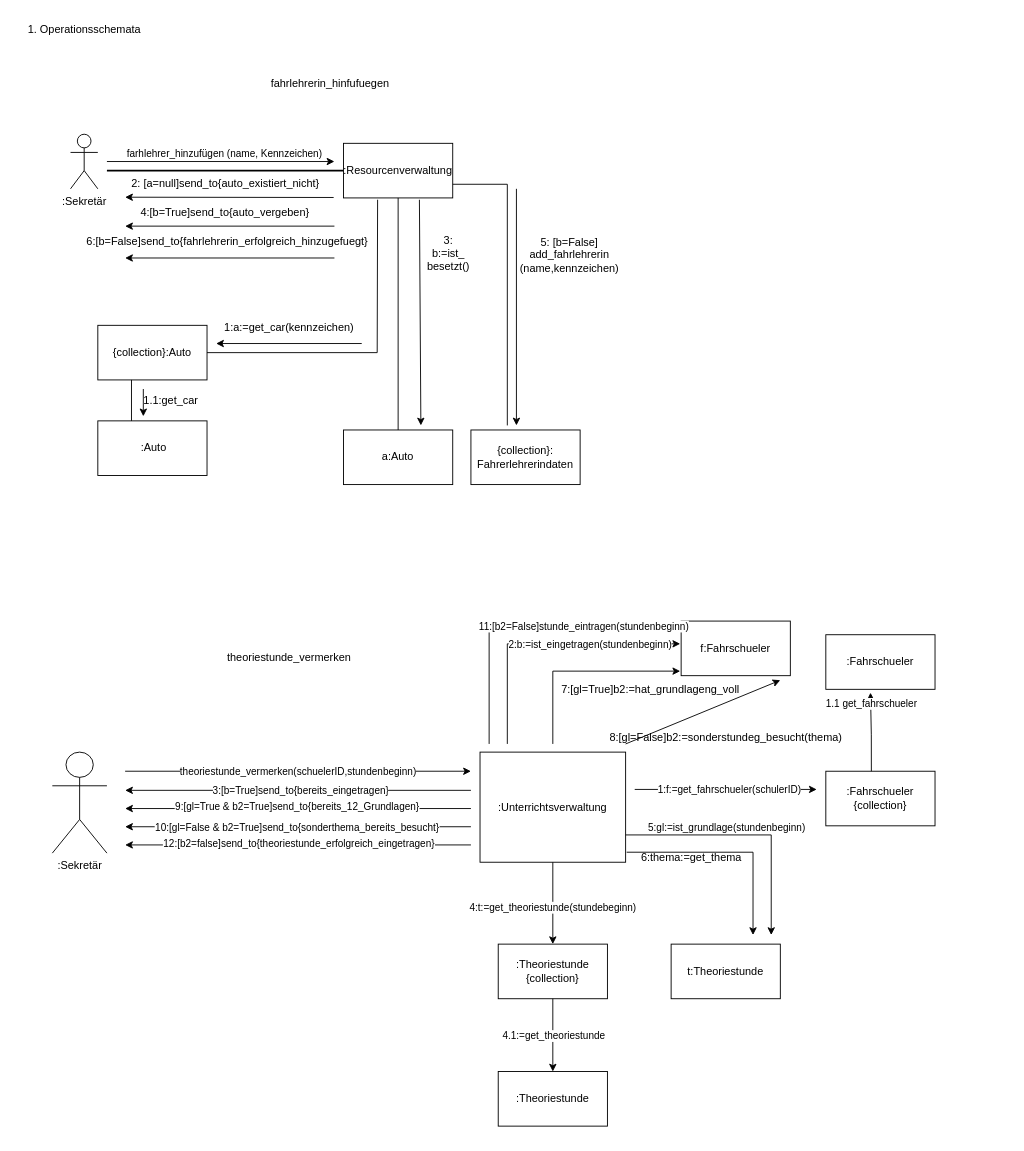
Earlier version of the draw.io diagram Praktkum2.drawio (DseaKu/drawIO). Source tidied: cells renumbered, new cells numbered last; positions are measured from the earlier drawing's top-left corner, leaving out a move shared by most shapes. Both pictures are drawn from the tidied source at 91%, with x=0, y=0 at pixel (15, 15).
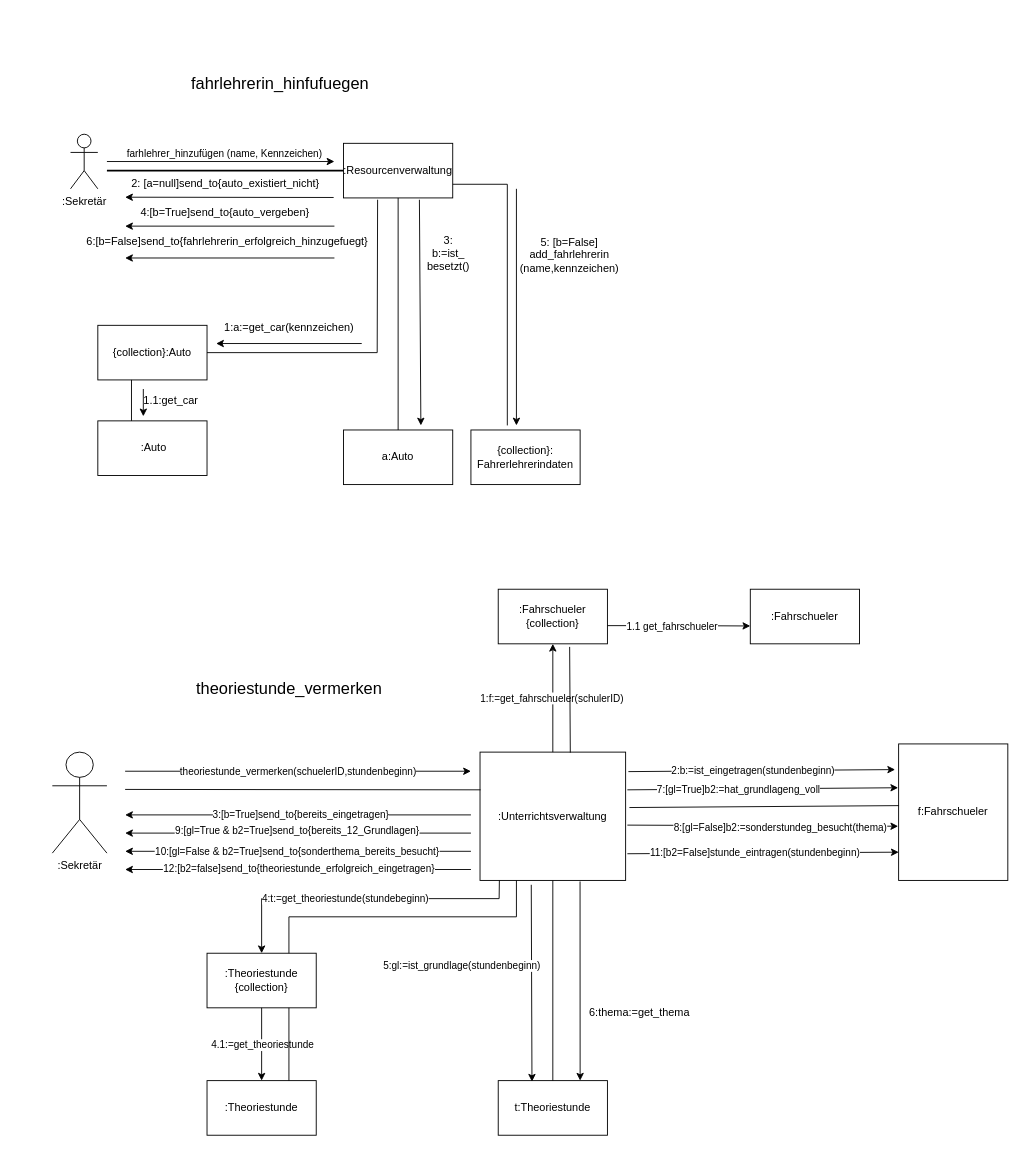
The same diagram, later.

What changed in the source:
```diff
@@
-    <mxCell id="29" value="fahrlehrerin_hinfufuegen&lt;br&gt;" style="text;html=1;align=center;verticalAlign=middle;strokeColor=none;fillColor=none;" parent="1" vertex="1">
-      <mxGeometry x="270" y="60" width="150" height="30" as="geometry" />
+    <mxCell id="29" value="&lt;font style=&quot;font-size: 18px;&quot;&gt;fahrlehrerin_hinfufuegen&lt;/font&gt;" style="text;html=1;align=center;verticalAlign=middle;strokeColor=none;fillColor=none;" parent="1" vertex="1">
+      <mxGeometry x="180" y="55" width="220" height="40" as="geometry" />
     </mxCell>
-    <mxCell id="30" value="1. Operationsschemata" style="text;html=1;align=center;verticalAlign=middle;strokeColor=none;fillColor=none;" parent="1" vertex="1">
-      <mxGeometry width="150" height="30" as="geometry" />
-    </mxCell>
@@
-    <mxCell id="32" value="theoriestunde_vermerken" style="text;html=1;align=center;verticalAlign=middle;strokeColor=none;fillColor=none;" parent="1" vertex="1">
-      <mxGeometry x="220" y="690" width="160" height="30" as="geometry" />
+    <mxCell id="32" value="&lt;font style=&quot;font-size: 18px;&quot;&gt;theoriestunde_vermerken&lt;/font&gt;" style="text;html=1;align=center;verticalAlign=middle;strokeColor=none;fillColor=none;" parent="1" vertex="1">
+      <mxGeometry x="185" y="720" width="230" height="40" as="geometry" />
     </mxCell>
     <mxCell id="33" value=":Unterrichtsverwaltung" style="whiteSpace=wrap;html=1;" parent="1" vertex="1">
-      <mxGeometry x="510" y="809" width="160" height="121" as="geometry" />
+      <mxGeometry x="510" y="809" width="160" height="141" as="geometry" />
     </mxCell>
@@
     <mxCell id="36" style="endArrow=classic;html=1;rounded=0;" parent="1" edge="1">
       <mxGeometry relative="1" as="geometry">
-        <mxPoint x="500" y="851" as="sourcePoint" />
-        <mxPoint x="120" y="851" as="targetPoint" />
+        <mxPoint x="500" y="878" as="sourcePoint" />
+        <mxPoint x="120" y="878" as="targetPoint" />
       </mxGeometry>
     </mxCell>
@@
     <mxCell id="38" style="endArrow=classic;html=1;rounded=0;" parent="1" edge="1">
       <mxGeometry relative="1" as="geometry">
-        <mxPoint x="500" y="871" as="sourcePoint" />
-        <mxPoint x="120" y="871" as="targetPoint" />
+        <mxPoint x="500" y="898" as="sourcePoint" />
+        <mxPoint x="120" y="898" as="targetPoint" />
       </mxGeometry>
     </mxCell>
@@
     <mxCell id="40" style="endArrow=classic;html=1;rounded=0;" parent="1" edge="1">
       <mxGeometry relative="1" as="geometry">
-        <mxPoint x="500" y="891" as="sourcePoint" />
-        <mxPoint x="120" y="891" as="targetPoint" />
+        <mxPoint x="500" y="918" as="sourcePoint" />
+        <mxPoint x="120" y="918" as="targetPoint" />
       </mxGeometry>
     </mxCell>
@@
     <mxCell id="42" style="endArrow=classic;html=1;rounded=0;" parent="1" edge="1">
       <mxGeometry relative="1" as="geometry">
-        <mxPoint x="500" y="911" as="sourcePoint" />
-        <mxPoint x="120" y="911" as="targetPoint" />
+        <mxPoint x="500" y="938" as="sourcePoint" />
+        <mxPoint x="120" y="938" as="targetPoint" />
       </mxGeometry>
     </mxCell>
@@
     <mxCell id="44" value=":Fahrschueler&lt;br&gt;{collection}" style="whiteSpace=wrap;html=1;" parent="1" vertex="1">
-      <mxGeometry x="890" y="830" width="120" height="60" as="geometry" />
+      <mxGeometry x="530" y="630" width="120" height="60" as="geometry" />
     </mxCell>
     <mxCell id="45" value=":Fahrschueler" style="whiteSpace=wrap;html=1;" parent="1" vertex="1">
-      <mxGeometry x="890" y="680" width="120" height="60" as="geometry" />
+      <mxGeometry x="807" y="630" width="120" height="60" as="geometry" />
     </mxCell>
-    <mxCell id="46" style="endArrow=classic;html=1;rounded=0;" parent="1" edge="1">
-      <mxGeometry relative="1" as="geometry">
-        <mxPoint x="680" y="850" as="sourcePoint" />
-        <mxPoint x="880" y="850" as="targetPoint" />
-      </mxGeometry>
-    </mxCell>
-    <mxCell id="47" value="1:f:=get_fahrschueler(schulerID)" style="edgeLabel;html=1;align=center;verticalAlign=middle;" parent="46" vertex="1">
-      <mxGeometry x="0.03" y="1" relative="1" as="geometry" />
-    </mxCell>
     <mxCell id="48" value=":Theoriestunde&lt;br&gt;{collection}" style="whiteSpace=wrap;html=1;" parent="1" vertex="1">
-      <mxGeometry x="530" y="1020" width="120" height="60" as="geometry" />
+      <mxGeometry x="210" y="1030" width="120" height="60" as="geometry" />
     </mxCell>
-    <mxCell id="49" style="endArrow=classic;html=1;rounded=0;exitX=0.417;exitY=0;exitDx=0;exitDy=0;exitPerimeter=0;entryX=0.409;entryY=1.061;entryDx=0;entryDy=0;entryPerimeter=0;" parent="1" edge="1" source="44" target="45">
+    <mxCell id="49" style="endArrow=classic;html=1;rounded=0;entryX=0;entryY=0.673;entryDx=0;entryDy=0;entryPerimeter=0;" parent="1" edge="1" target="45">
       <mxGeometry relative="1" as="geometry">
+        <mxPoint x="650" y="670" as="sourcePoint" />
         <Array as="points">
-          <mxPoint x="940" y="790" />
+          <mxPoint x="730" y="670" />
         </Array>
       </mxGeometry>
     </mxCell>
     <mxCell id="50" value="1.1 get_fahrschueler" style="edgeLabel;html=1;align=center;verticalAlign=middle;" parent="49" vertex="1">
       <mxGeometry x="0.04" relative="1" as="geometry">
-        <mxPoint y="-30" as="offset" />
+        <mxPoint x="-11" as="offset" />
       </mxGeometry>
     </mxCell>
     <mxCell id="51" value="f:Fahrschueler" style="whiteSpace=wrap;html=1;" parent="1" vertex="1">
-      <mxGeometry x="731" y="665" width="120" height="60" as="geometry" />
+      <mxGeometry x="970" y="800" width="120" height="150" as="geometry" />
     </mxCell>
-    <mxCell id="52" style="endArrow=classic;html=1;rounded=0;" parent="1" edge="1">
-      <mxGeometry relative="1" as="geometry">
-        <mxPoint x="540" y="800" as="sourcePoint" />
-        <mxPoint x="730" y="690" as="targetPoint" />
-        <Array as="points">
-          <mxPoint x="540" y="690" />
-        </Array>
-      </mxGeometry>
-    </mxCell>
-    <mxCell id="53" value="2:b:=ist_eingetragen(stundenbeginn)" style="edgeLabel;html=1;align=center;verticalAlign=middle;" parent="52" vertex="1">
-      <mxGeometry x="0.01" y="-3" relative="1" as="geometry">
-        <mxPoint x="48" y="-3" as="offset" />
-      </mxGeometry>
-    </mxCell>
     <mxCell id="54" value=":Theoriestunde" style="whiteSpace=wrap;html=1;" parent="1" vertex="1">
-      <mxGeometry x="530" y="1160" width="120" height="60" as="geometry" />
+      <mxGeometry x="210" y="1170" width="120" height="60" as="geometry" />
     </mxCell>
-    <mxCell id="55" value="4:t:=get_theoriestunde(stundebeginn)" style="edgeStyle=none;jettySize=auto;html=1;rounded=0;exitX=0.5;exitY=1;exitDx=0;exitDy=0;entryX=0.5;entryY=0;entryDx=0;entryDy=0;" parent="1" edge="1" source="33" target="48">
-      <mxGeometry x="0.11" relative="1" as="geometry" />
+    <mxCell id="55" value="4:t:=get_theoriestunde(stundebeginn)" style="edgeStyle=none;jettySize=auto;html=1;rounded=0;exitX=0.133;exitY=0.999;exitDx=0;exitDy=0;entryX=0.5;entryY=0;entryDx=0;entryDy=0;exitPerimeter=0;" parent="1" edge="1" source="33" target="48">
+      <mxGeometry x="0.11" relative="1" as="geometry">
+        <Array as="points">
+          <mxPoint x="531" y="970" />
+          <mxPoint x="270" y="970" />
+        </Array>
+      </mxGeometry>
     </mxCell>
@@
     <mxCell id="58" value="t:Theoriestunde" style="whiteSpace=wrap;html=1;" parent="1" vertex="1">
-      <mxGeometry x="720" y="1020" width="120" height="60" as="geometry" />
+      <mxGeometry x="530" y="1170" width="120" height="60" as="geometry" />
     </mxCell>
-    <mxCell id="59" style="edgeStyle=none;orthogonalLoop=1;jettySize=auto;html=1;rounded=0;" parent="1" edge="1">
-      <mxGeometry relative="1" as="geometry">
-        <mxPoint x="670" y="900" as="sourcePoint" />
-        <mxPoint x="830" y="1010" as="targetPoint" />
-        <Array as="points">
-          <mxPoint x="830" y="900" />
-        </Array>
-      </mxGeometry>
+    <mxCell id="59" style="edgeStyle=none;jettySize=auto;html=1;rounded=0;exitX=0.687;exitY=1.008;exitDx=0;exitDy=0;exitPerimeter=0;entryX=0.75;entryY=0;entryDx=0;entryDy=0;" parent="1" edge="1" source="33" target="58">
+      <mxGeometry relative="1" as="geometry" />
     </mxCell>
-    <mxCell id="60" value="5:gl:=ist_grundlage(stundenbeginn)" style="edgeLabel;html=1;align=center;verticalAlign=middle;" parent="59" vertex="1">
-      <mxGeometry x="0.28" y="-1" relative="1" as="geometry">
-        <mxPoint x="-49" y="-22" as="offset" />
-      </mxGeometry>
-    </mxCell>
-    <mxCell id="61" style="endArrow=classic;html=1;rounded=0;" parent="1" edge="1">
-      <mxGeometry relative="1" as="geometry">
-        <mxPoint x="590" y="800" as="sourcePoint" />
-        <mxPoint x="730" y="720" as="targetPoint" />
-        <Array as="points">
-          <mxPoint x="590" y="720" />
-        </Array>
-      </mxGeometry>
-    </mxCell>
-    <mxCell id="62" value="7:[gl=True]b2:=hat_grundlageng_voll" style="text;html=1;align=center;verticalAlign=middle;strokeColor=none;fillColor=none;" parent="1" vertex="1">
-      <mxGeometry x="587" y="725" width="220" height="30" as="geometry" />
-    </mxCell>
-    <mxCell id="63" style="endArrow=classic;html=1;rounded=0;" parent="1" edge="1">
-      <mxGeometry relative="1" as="geometry">
-        <mxPoint x="670" y="800" as="sourcePoint" />
-        <mxPoint x="840" y="730" as="targetPoint" />
-      </mxGeometry>
+    <mxCell id="63" style="endArrow=classic;html=1;rounded=0;exitX=1.012;exitY=0.569;exitDx=0;exitDy=0;exitPerimeter=0;entryX=-0.004;entryY=0.603;entryDx=0;entryDy=0;entryPerimeter=0;" parent="1" edge="1" source="33" target="51">
+      <mxGeometry relative="1" as="geometry" />
     </mxCell>
-    <mxCell id="64" value="8:[gl=False]b2:=sonderstundeg_besucht(thema)" style="text;html=1;align=center;verticalAlign=middle;strokeColor=none;fillColor=none;" parent="1" vertex="1">
-      <mxGeometry x="640" y="778" width="280" height="30" as="geometry" />
+    <mxCell id="64" value="8:[gl=False]b2:=sonderstundeg_besucht(thema)" style="edgeLabel;html=1;align=center;verticalAlign=middle;" parent="63" vertex="1">
+      <mxGeometry x="0.13" y="-2" relative="1" as="geometry" />
     </mxCell>
-    <mxCell id="65" style="edgeStyle=none;jettySize=auto;html=1;rounded=0;exitX=1.007;exitY=0.909;exitDx=0;exitDy=0;exitPerimeter=0;" parent="1" edge="1" source="33">
-      <mxGeometry relative="1" as="geometry">
-        <mxPoint x="810" y="1010" as="targetPoint" />
-        <Array as="points">
-          <mxPoint x="810" y="919" />
-        </Array>
-      </mxGeometry>
-    </mxCell>
     <mxCell id="66" value="6:thema:=get_thema" style="text;html=1;align=center;verticalAlign=middle;strokeColor=none;fillColor=none;" parent="1" vertex="1">
-      <mxGeometry x="677" y="910" width="130" height="30" as="geometry" />
+      <mxGeometry x="620" y="1080" width="130" height="30" as="geometry" />
     </mxCell>
-    <mxCell id="67" style="endArrow=classic;html=1;rounded=0;" parent="1" edge="1">
-      <mxGeometry relative="1" as="geometry">
-        <mxPoint x="520" y="800" as="sourcePoint" />
-        <mxPoint x="730" y="670" as="targetPoint" />
-        <Array as="points">
-          <mxPoint x="520" y="670" />
-        </Array>
-      </mxGeometry>
-    </mxCell>
+    <mxCell id="69" style="endArrow=none;html=1;rounded=0;exitX=0.004;exitY=0.294;exitDx=0;exitDy=0;exitPerimeter=0;" parent="1" edge="1" source="33">
+      <mxGeometry relative="1" as="geometry">
+        <mxPoint x="120" y="850" as="targetPoint" />
+      </mxGeometry>
+    </mxCell>
+    <mxCell id="70" style="endArrow=none;html=1;rounded=0;entryX=0.004;entryY=0.452;entryDx=0;entryDy=0;entryPerimeter=0;exitX=1.026;exitY=0.432;exitDx=0;exitDy=0;exitPerimeter=0;" parent="1" edge="1" source="33" target="51">
+      <mxGeometry relative="1" as="geometry" />
+    </mxCell>
+    <mxCell id="71" style="edgeStyle=none;jettySize=auto;html=1;rounded=0;exitX=1.012;exitY=0.294;exitDx=0;exitDy=0;exitPerimeter=0;entryX=-0.004;entryY=0.321;entryDx=0;entryDy=0;entryPerimeter=0;" parent="1" edge="1" source="33" target="51">
+      <mxGeometry relative="1" as="geometry" />
+    </mxCell>
+    <mxCell id="62" value="7:[gl=True]b2:=hat_grundlageng_voll" style="edgeLabel;html=1;align=center;verticalAlign=middle;" parent="71" vertex="1">
+      <mxGeometry x="-0.18" relative="1" as="geometry" />
+    </mxCell>
+    <mxCell id="72" style="edgeStyle=none;jettySize=auto;html=1;rounded=0;exitX=1.019;exitY=0.152;exitDx=0;exitDy=0;exitPerimeter=0;entryX=-0.032;entryY=0.188;entryDx=0;entryDy=0;entryPerimeter=0;" parent="1" edge="1" source="33" target="51">
+      <mxGeometry relative="1" as="geometry" />
+    </mxCell>
+    <mxCell id="53" value="2:b:=ist_eingetragen(stundenbeginn)" style="edgeLabel;html=1;align=center;verticalAlign=middle;" parent="72" vertex="1">
+      <mxGeometry x="-0.07" y="1" relative="1" as="geometry" />
+    </mxCell>
+    <mxCell id="73" style="edgeStyle=none;jettySize=auto;html=1;rounded=0;exitX=1.012;exitY=0.792;exitDx=0;exitDy=0;exitPerimeter=0;entryX=0.001;entryY=0.793;entryDx=0;entryDy=0;entryPerimeter=0;" parent="1" edge="1" source="33" target="51">
+      <mxGeometry relative="1" as="geometry" />
+    </mxCell>
-    <mxCell id="68" value="11:[b2=False]stunde_eintragen(stundenbeginn)" style="edgeLabel;html=1;align=center;verticalAlign=middle;" parent="67" vertex="1">
-      <mxGeometry x="0.37" relative="1" as="geometry" />
+    <mxCell id="68" value="11:[b2=False]stunde_eintragen(stundenbeginn)" style="edgeLabel;html=1;align=center;verticalAlign=middle;" parent="73" vertex="1">
+      <mxGeometry x="-0.06" relative="1" as="geometry" />
     </mxCell>
+    <mxCell id="74" style="edgeStyle=none;jettySize=auto;html=1;rounded=0;exitX=0.5;exitY=0;exitDx=0;exitDy=0;entryX=0.5;entryY=1;entryDx=0;entryDy=0;" parent="1" edge="1" source="33" target="44">
+      <mxGeometry relative="1" as="geometry" />
+    </mxCell>
+    <mxCell id="47" value="1:f:=get_fahrschueler(schulerID)" style="edgeLabel;html=1;align=center;verticalAlign=middle;" parent="74" vertex="1">
+      <mxGeometry x="0.01" y="2" relative="1" as="geometry" />
+    </mxCell>
+    <mxCell id="75" style="endArrow=none;html=1;rounded=0;entryX=0.654;entryY=1.056;entryDx=0;entryDy=0;entryPerimeter=0;exitX=0.62;exitY=0.004;exitDx=0;exitDy=0;exitPerimeter=0;" parent="1" edge="1" source="33" target="44">
+      <mxGeometry relative="1" as="geometry" />
+    </mxCell>
+    <mxCell id="76" style="endArrow=none;html=1;rounded=0;entryX=0.5;entryY=1;entryDx=0;entryDy=0;" parent="1" edge="1" source="58" target="33">
+      <mxGeometry relative="1" as="geometry" />
+    </mxCell>
+    <mxCell id="77" style="edgeStyle=none;jettySize=auto;html=1;rounded=0;exitX=0.352;exitY=1.034;exitDx=0;exitDy=0;exitPerimeter=0;entryX=0.309;entryY=0.019;entryDx=0;entryDy=0;entryPerimeter=0;" parent="1" edge="1" source="33" target="58">
+      <mxGeometry relative="1" as="geometry" />
+    </mxCell>
+    <mxCell id="60" value="5:gl:=ist_grundlage(stundenbeginn)" style="edgeLabel;html=1;align=center;verticalAlign=middle;" parent="77" vertex="1">
+      <mxGeometry x="-0.18" y="1" relative="1" as="geometry">
+        <mxPoint x="-78" as="offset" />
+      </mxGeometry>
+    </mxCell>
+    <mxCell id="78" style="endArrow=none;html=1;rounded=0;exitX=0.25;exitY=1;exitDx=0;exitDy=0;entryX=0.75;entryY=0;entryDx=0;entryDy=0;" parent="1" edge="1" source="33" target="48">
+      <mxGeometry relative="1" as="geometry">
+        <Array as="points">
+          <mxPoint x="550" y="990" />
+          <mxPoint x="300" y="990" />
+        </Array>
+      </mxGeometry>
+    </mxCell>
+    <mxCell id="79" style="endArrow=none;html=1;rounded=0;exitX=0.75;exitY=1;exitDx=0;exitDy=0;entryX=0.75;entryY=0;entryDx=0;entryDy=0;" parent="1" edge="1" source="48" target="54">
+      <mxGeometry relative="1" as="geometry" />
+    </mxCell>
```
